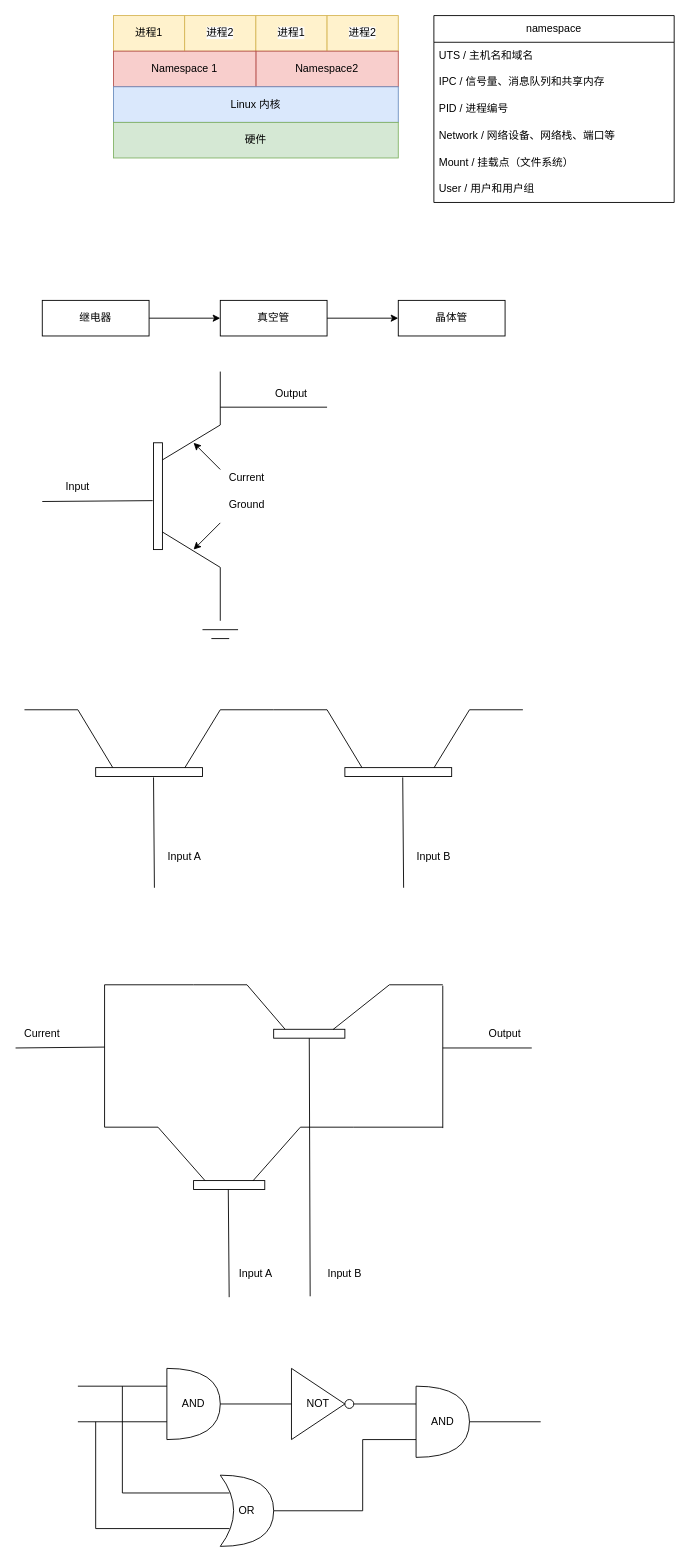
Earlier version of the draw.io diagram apue/apue.drawio (arlottang/tdh_bit). Source tidied: cells renumbered, new cells numbered last; positions are measured from the earlier drawing's top-left corner, leaving out a move shared by most shapes. Both pictures are drawn from the tidied source at 89%, with x=0, y=0 at pixel (15, 15).
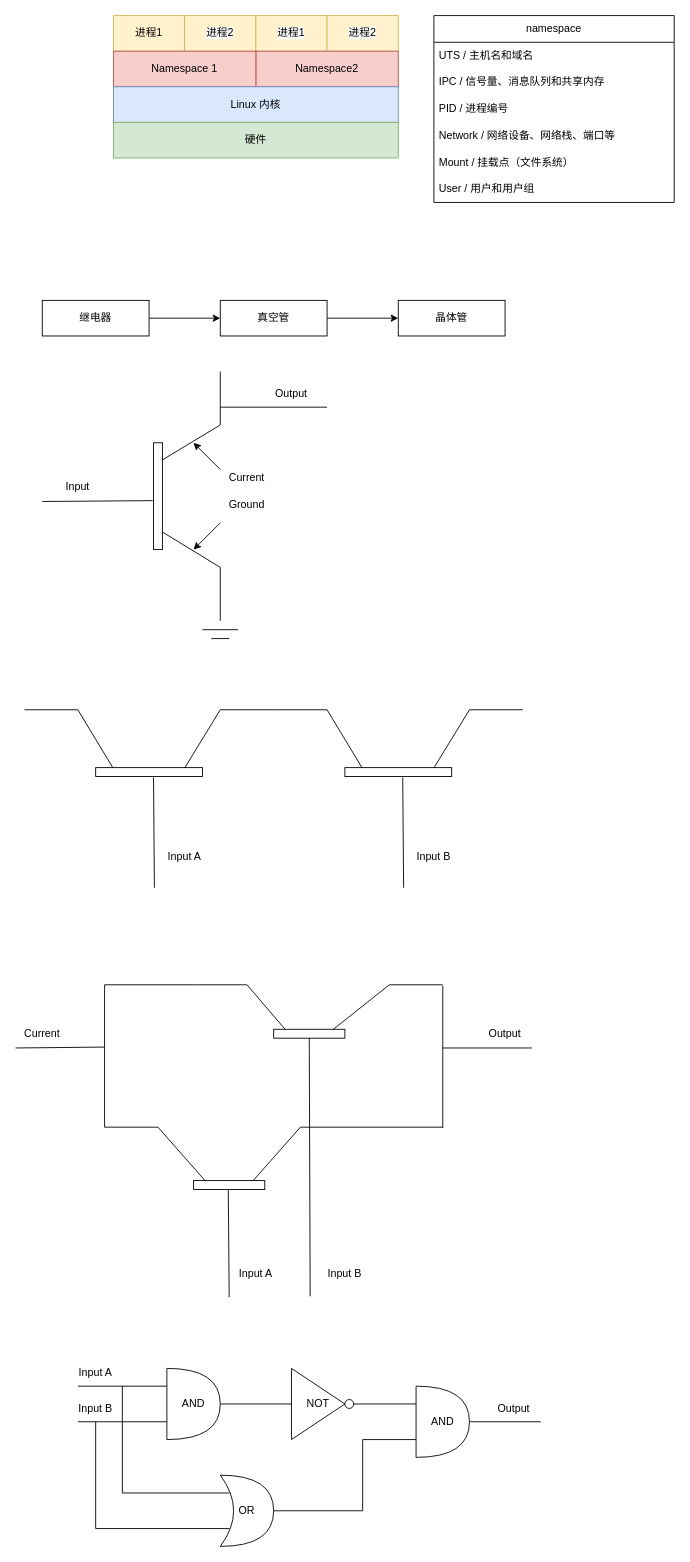
After the change.

Diff of the diagram source:
```diff
@@
+    <mxCell id="77" value="Input A" style="text;html=1;strokeColor=none;fillColor=none;align=center;verticalAlign=middle;whiteSpace=wrap;rounded=0;" parent="1" vertex="1">
+      <mxGeometry x="60" y="1510" width="60" height="30" as="geometry" />
+    </mxCell>
+    <mxCell id="78" value="Input B" style="text;html=1;strokeColor=none;fillColor=none;align=center;verticalAlign=middle;whiteSpace=wrap;rounded=0;" parent="1" vertex="1">
+      <mxGeometry x="60" y="1550" width="60" height="30" as="geometry" />
+    </mxCell>
+    <mxCell id="79" value="Output" style="text;html=1;strokeColor=none;fillColor=none;align=center;verticalAlign=middle;whiteSpace=wrap;rounded=0;" parent="1" vertex="1">
+      <mxGeometry x="530" y="1550" width="60" height="30" as="geometry" />
+    </mxCell>
```
